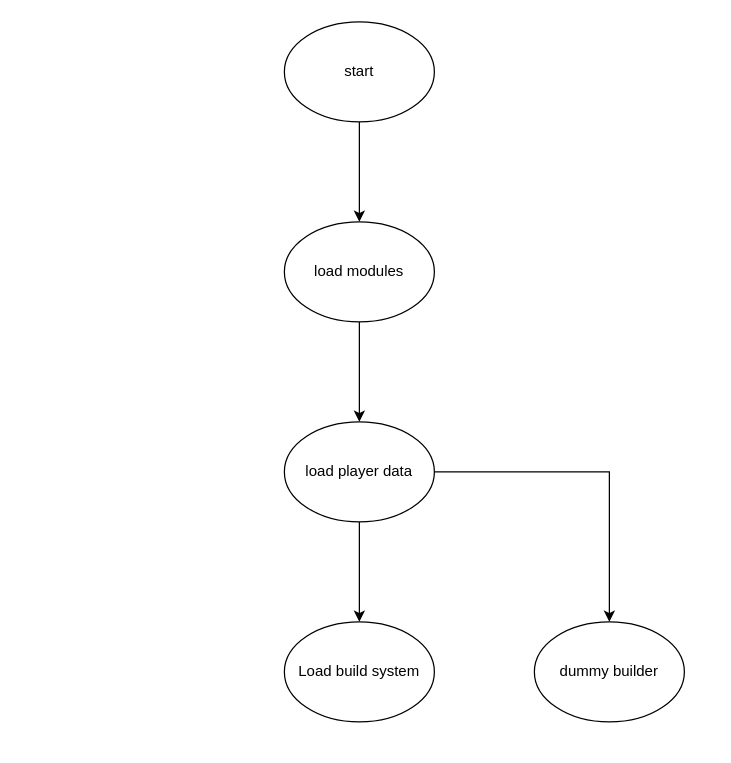
The draw.io diagram page "Systems" (1 of 2) of GamePlan.drawio in RaydenHamilton/DummyTC, before the edit. Source tidied: cells renumbered, new cells numbered last; positions are measured from the earlier drawing's top-left corner, leaving out a move shared by most shapes. Both pictures are drawn from the tidied source at 125%, with x=0, y=0 at pixel (284, 21).
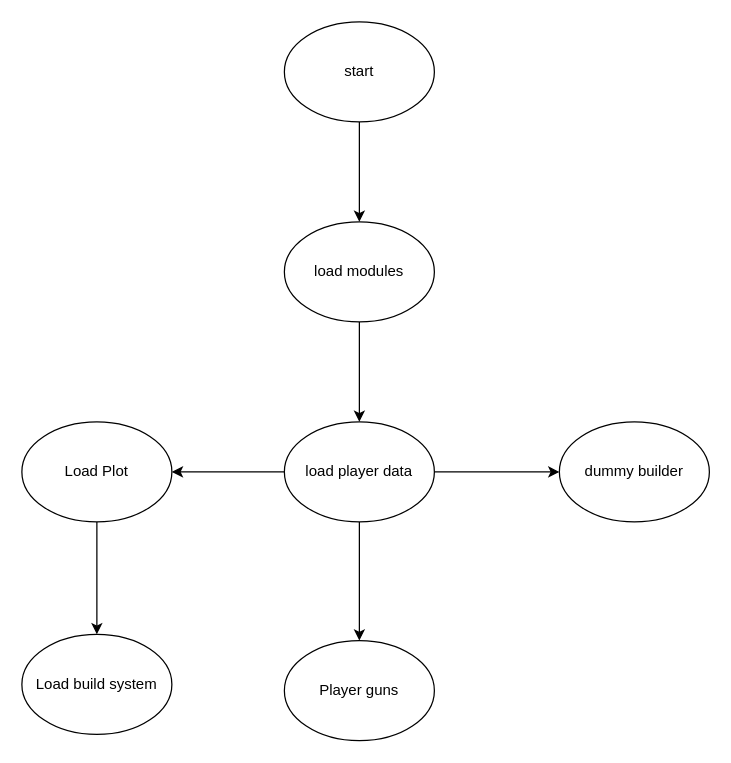
Above is the later version.

Change to the diagram source:
```diff
@@
 <mxGraphModel>
   <root>
     <mxCell id="0" />
     <mxCell id="1" parent="0" />
     <mxCell id="2" style="edgeStyle=orthogonalEdgeStyle;rounded=0;jettySize=auto;html=1;" parent="1" edge="1" source="3" target="5">
       <mxGeometry relative="1" as="geometry" />
     </mxCell>
     <mxCell id="3" value="start" style="ellipse;whiteSpace=wrap;html=1;" parent="1" vertex="1">
       <mxGeometry width="120" height="80" as="geometry" />
     </mxCell>
     <mxCell id="4" style="edgeStyle=orthogonalEdgeStyle;rounded=0;jettySize=auto;html=1;" parent="1" edge="1" source="5" target="8">
       <mxGeometry relative="1" as="geometry" />
     </mxCell>
     <mxCell id="5" value="load modules" style="ellipse;whiteSpace=wrap;html=1;" parent="1" vertex="1">
       <mxGeometry y="160" width="120" height="80" as="geometry" />
     </mxCell>
-    <mxCell id="6" style="edgeStyle=orthogonalEdgeStyle;rounded=0;jettySize=auto;html=1;" parent="1" edge="1" source="8" target="9">
-      <mxGeometry relative="1" as="geometry" />
-    </mxCell>
+    <mxCell id="11" style="edgeStyle=orthogonalEdgeStyle;rounded=0;jettySize=auto;html=1;" parent="1" edge="1" source="8" target="14">
+      <mxGeometry relative="1" as="geometry" />
+    </mxCell>
-    <mxCell id="7" style="edgeStyle=orthogonalEdgeStyle;rounded=0;jettySize=auto;html=1;entryX=0.5;entryY=0;entryDx=0;entryDy=0;" parent="1" edge="1" source="8" target="10">
+    <mxCell id="7" style="edgeStyle=orthogonalEdgeStyle;rounded=0;jettySize=auto;html=1;entryX=0;entryY=0.5;entryDx=0;entryDy=0;" parent="1" edge="1" source="8" target="10">
       <mxGeometry relative="1" as="geometry" />
     </mxCell>
+    <mxCell id="12" style="edgeStyle=orthogonalEdgeStyle;rounded=0;jettySize=auto;html=1;" parent="1" edge="1" source="8" target="15">
+      <mxGeometry relative="1" as="geometry" />
+    </mxCell>
     <mxCell id="8" value="load player data" style="ellipse;whiteSpace=wrap;html=1;" parent="1" vertex="1">
       <mxGeometry y="320" width="120" height="80" as="geometry" />
     </mxCell>
     <mxCell id="9" value="Load build system" style="ellipse;whiteSpace=wrap;html=1;" parent="1" vertex="1">
-      <mxGeometry y="480" width="120" height="80" as="geometry" />
+      <mxGeometry x="-210" y="490" width="120" height="80" as="geometry" />
     </mxCell>
     <mxCell id="10" value="dummy builder" style="ellipse;whiteSpace=wrap;html=1;" parent="1" vertex="1">
-      <mxGeometry x="200" y="480" width="120" height="80" as="geometry" />
+      <mxGeometry x="220" y="320" width="120" height="80" as="geometry" />
     </mxCell>
+    <mxCell id="13" style="edgeStyle=orthogonalEdgeStyle;rounded=0;jettySize=auto;html=1;entryX=0.5;entryY=0;entryDx=0;entryDy=0;" parent="1" edge="1" source="14" target="9">
+      <mxGeometry relative="1" as="geometry" />
+    </mxCell>
+    <mxCell id="14" value="Load Plot" style="ellipse;whiteSpace=wrap;html=1;" parent="1" vertex="1">
+      <mxGeometry x="-210" y="320" width="120" height="80" as="geometry" />
+    </mxCell>
+    <mxCell id="15" value="Player guns" style="ellipse;whiteSpace=wrap;html=1;" parent="1" vertex="1">
+      <mxGeometry y="495" width="120" height="80" as="geometry" />
+    </mxCell>
   </root>
 </mxGraphModel>
```
